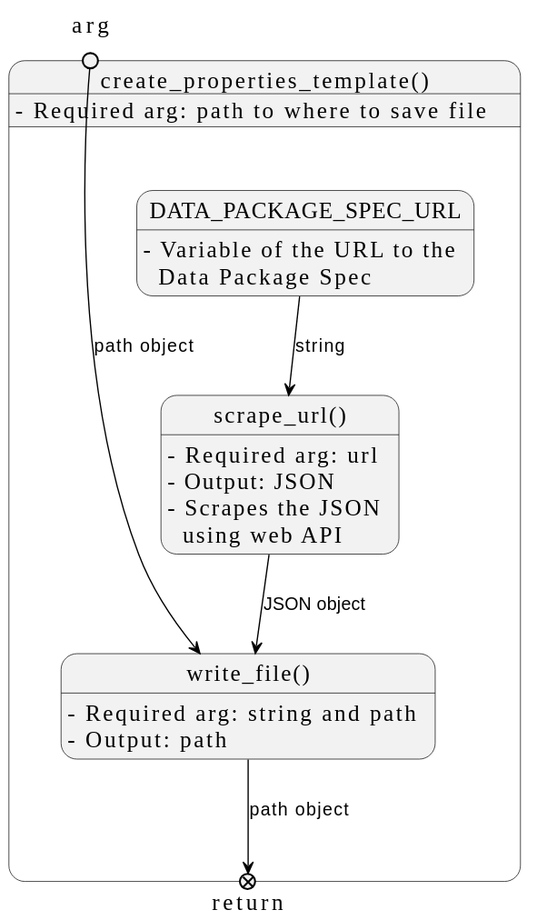
Above: docs/design/images/core-python-functions/create-properties-template.svg in seedcase-project/seedcase-sprout (PlantUML), before the change.
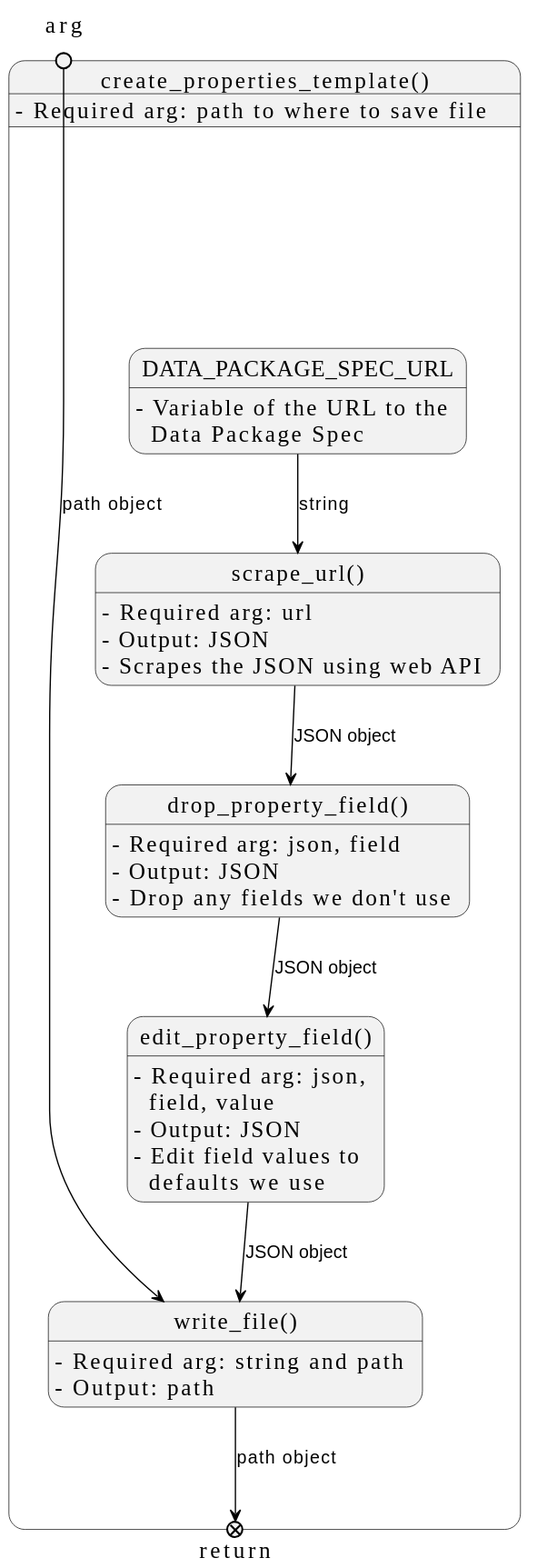
The same file after the commit.

Commit message:
docs: :pencil2: we want to process the properties to what we use

The edit, as a diff of the source:
```diff
@@ -12,14 +12,26 @@
   state "scrape_url()" as su
   su : - Required arg: url
   su : - Output: JSON
-  su : - Scrapes the JSON\n  using web API
+  su : - Scrapes the JSON using web API
   url --> su : string
+
+  state "drop_property_field()" as dpf
+  dpf : - Required arg: json, field
+  dpf : - Output: JSON
+  dpf : - Drop any fields we don't use
+  su --> dpf : JSON object
+
+  state "edit_property_field()" as epf
+  epf : - Required arg: json,\n  field, value
+  epf : - Output: JSON
+  epf : - Edit field values to\n  defaults we use
+  dpf --> epf : JSON object
 
   state "write_file()" as wf
   wf : - Required arg: string and path
   wf : - Output: path
   arg --> wf : path object
-  su --> wf : JSON object
+  epf --> wf : JSON object
 
   state return <<exitPoint>>
 
```
